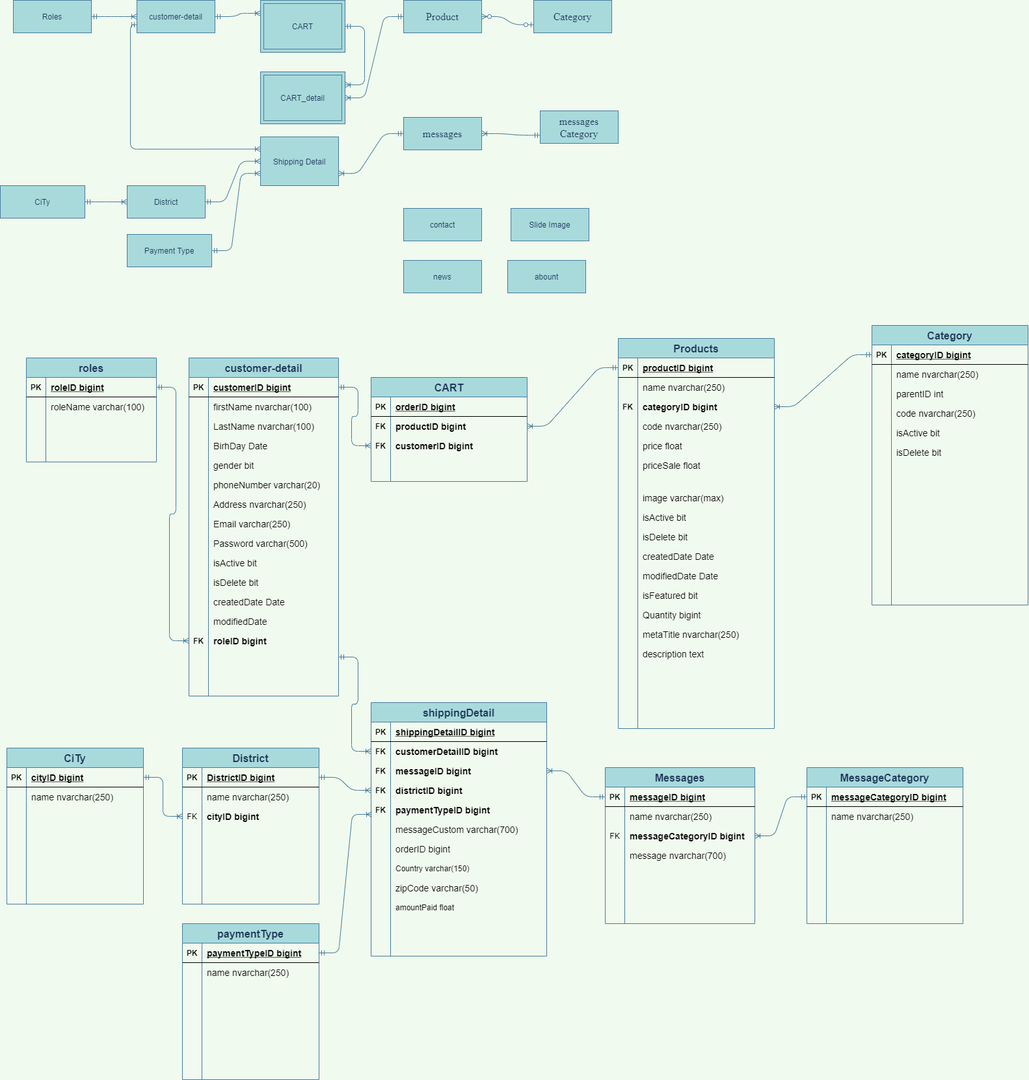
Earlier version of the draw.io export Untitled Diagram.png (maialino123/Eproject-SEM3). Source tidied: cells renumbered, new cells last; positions are measured from the earlier drawing's top-left corner, leaving out a move shared by most shapes.
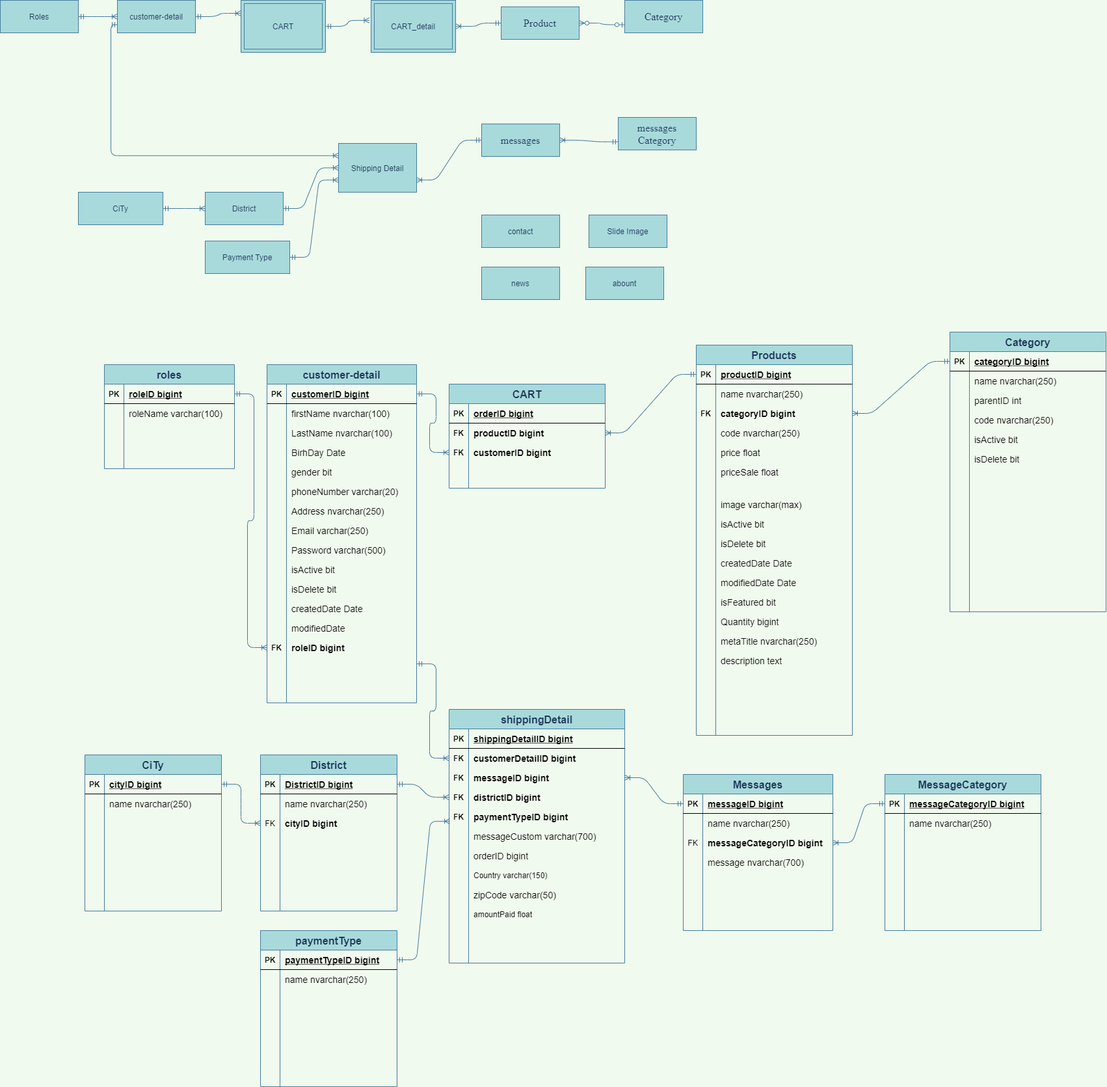
After the change.

The edit, as a diff of the source:
```diff
@@ -3,16 +3,16 @@
     <mxCell id="0" />
     <mxCell id="1" parent="0" />
     <mxCell id="2" value="customer-detail" style="whiteSpace=wrap;html=1;align=center;rounded=0;sketch=0;fontColor=#1D3557;strokeColor=#457B9D;fillColor=#A8DADC;" parent="1" vertex="1">
-      <mxGeometry x="210" width="120" height="50" as="geometry" />
+      <mxGeometry x="60" y="-10" width="120" height="50" as="geometry" />
     </mxCell>
     <mxCell id="3" value="&lt;p class=&quot;MsoNormal&quot;&gt;&lt;span style=&quot;font-size: 12.0pt ; font-family: &amp;#34;times new roman&amp;#34; , serif&quot;&gt;messages&lt;/span&gt;&lt;span style=&quot;font-family: &amp;#34;verdana&amp;#34; , sans-serif&quot;&gt;&lt;br&gt;&lt;/span&gt;&lt;/p&gt;" style="whiteSpace=wrap;html=1;align=center;rounded=0;sketch=0;fontColor=#1D3557;strokeColor=#457B9D;fillColor=#A8DADC;" parent="1" vertex="1">
       <mxGeometry x="620" y="180" width="120" height="50" as="geometry" />
     </mxCell>
     <mxCell id="4" value="&lt;p class=&quot;MsoNormal&quot;&gt;&lt;font face=&quot;times new roman, serif&quot;&gt;&lt;span style=&quot;font-size: 16px&quot;&gt;Category&lt;/span&gt;&lt;/font&gt;&lt;/p&gt;" style="whiteSpace=wrap;html=1;align=center;rounded=0;sketch=0;fontColor=#1D3557;strokeColor=#457B9D;fillColor=#A8DADC;" parent="1" vertex="1">
-      <mxGeometry x="820" width="120" height="50" as="geometry" />
+      <mxGeometry x="840" y="-10" width="120" height="50" as="geometry" />
     </mxCell>
     <mxCell id="5" value="&lt;p class=&quot;MsoNormal&quot;&gt;&lt;font face=&quot;times new roman, serif&quot;&gt;&lt;span style=&quot;font-size: 16px&quot;&gt;Product&lt;/span&gt;&lt;/font&gt;&lt;/p&gt;" style="whiteSpace=wrap;html=1;align=center;rounded=0;sketch=0;fontColor=#1D3557;strokeColor=#457B9D;fillColor=#A8DADC;" parent="1" vertex="1">
-      <mxGeometry x="620" width="120" height="50" as="geometry" />
+      <mxGeometry x="650" width="120" height="50" as="geometry" />
     </mxCell>
     <mxCell id="6" style="edgeStyle=entityRelationEdgeStyle;fontSize=12;html=1;endArrow=ERzeroToMany;startArrow=ERzeroToOne;fontColor=#1D3557;strokeColor=#457B9D;fillColor=#A8DADC;exitX=0;exitY=0.75;exitDx=0;exitDy=0;entryX=1;entryY=0.5;entryDx=0;entryDy=0;labelBackgroundColor=#F1FAEE;" parent="1" edge="1" source="4" target="5">
       <mxGeometry relative="1" as="geometry" />
@@ -33,7 +33,7 @@
       <mxGeometry relative="1" as="geometry" />
     </mxCell>
     <mxCell id="12" value="Roles" style="whiteSpace=wrap;html=1;align=center;rounded=0;sketch=0;fontColor=#1D3557;strokeColor=#457B9D;fillColor=#A8DADC;" parent="1" vertex="1">
-      <mxGeometry x="20" width="120" height="50" as="geometry" />
+      <mxGeometry x="-120" y="-10" width="120" height="50" as="geometry" />
     </mxCell>
     <mxCell id="13" value="Slide Image" style="whiteSpace=wrap;html=1;align=center;rounded=0;sketch=0;fontColor=#1D3557;strokeColor=#457B9D;fillColor=#A8DADC;" parent="1" vertex="1">
       <mxGeometry x="785" y="320" width="120" height="50" as="geometry" />
@@ -51,7 +51,7 @@
       <mxGeometry x="400" y="210" width="120" height="75" as="geometry" />
     </mxCell>
     <mxCell id="18" value="CART" style="shape=ext;margin=3;double=1;whiteSpace=wrap;html=1;align=center;fillColor=#A8DADC;strokeColor=#457B9D;fontColor=#1D3557;" parent="1" vertex="1">
-      <mxGeometry x="400" width="130" height="80" as="geometry" />
+      <mxGeometry x="250" y="-10" width="130" height="80" as="geometry" />
     </mxCell>
     <mxCell id="19" style="edgeStyle=entityRelationEdgeStyle;fontSize=12;html=1;endArrow=ERoneToMany;startArrow=ERmandOne;fontColor=#1D3557;strokeColor=#457B9D;fillColor=#A8DADC;entryX=1;entryY=0.75;entryDx=0;entryDy=0;exitX=0;exitY=0.5;exitDx=0;exitDy=0;labelBackgroundColor=#F1FAEE;" parent="1" edge="1" source="3" target="17">
       <mxGeometry relative="1" as="geometry" />
@@ -968,9 +968,9 @@
       <mxGeometry relative="1" as="geometry" />
     </mxCell>
     <mxCell id="323" value="CART_detail" style="shape=ext;margin=3;double=1;whiteSpace=wrap;html=1;align=center;fillColor=#A8DADC;strokeColor=#457B9D;fontColor=#1D3557;" parent="1" vertex="1">
-      <mxGeometry x="400" y="110" width="130" height="80" as="geometry" />
+      <mxGeometry x="450" y="-10" width="130" height="80" as="geometry" />
     </mxCell>
-    <mxCell id="324" style="edgeStyle=entityRelationEdgeStyle;fontSize=12;html=1;endArrow=ERoneToMany;startArrow=ERmandOne;fontColor=#1D3557;strokeColor=#457B9D;fillColor=#A8DADC;entryX=1;entryY=0.25;entryDx=0;entryDy=0;labelBackgroundColor=#F1FAEE;exitX=1;exitY=0.5;exitDx=0;exitDy=0;" parent="1" edge="1" source="18" target="323">
+    <mxCell id="324" style="edgeStyle=entityRelationEdgeStyle;fontSize=12;html=1;endArrow=ERoneToMany;startArrow=ERmandOne;fontColor=#1D3557;strokeColor=#457B9D;fillColor=#A8DADC;entryX=-0.019;entryY=0.385;entryDx=0;entryDy=0;labelBackgroundColor=#F1FAEE;exitX=1;exitY=0.5;exitDx=0;exitDy=0;entryPerimeter=0;" parent="1" edge="1" source="18" target="323">
       <mxGeometry relative="1" as="geometry" />
     </mxCell>
   </root>
```
